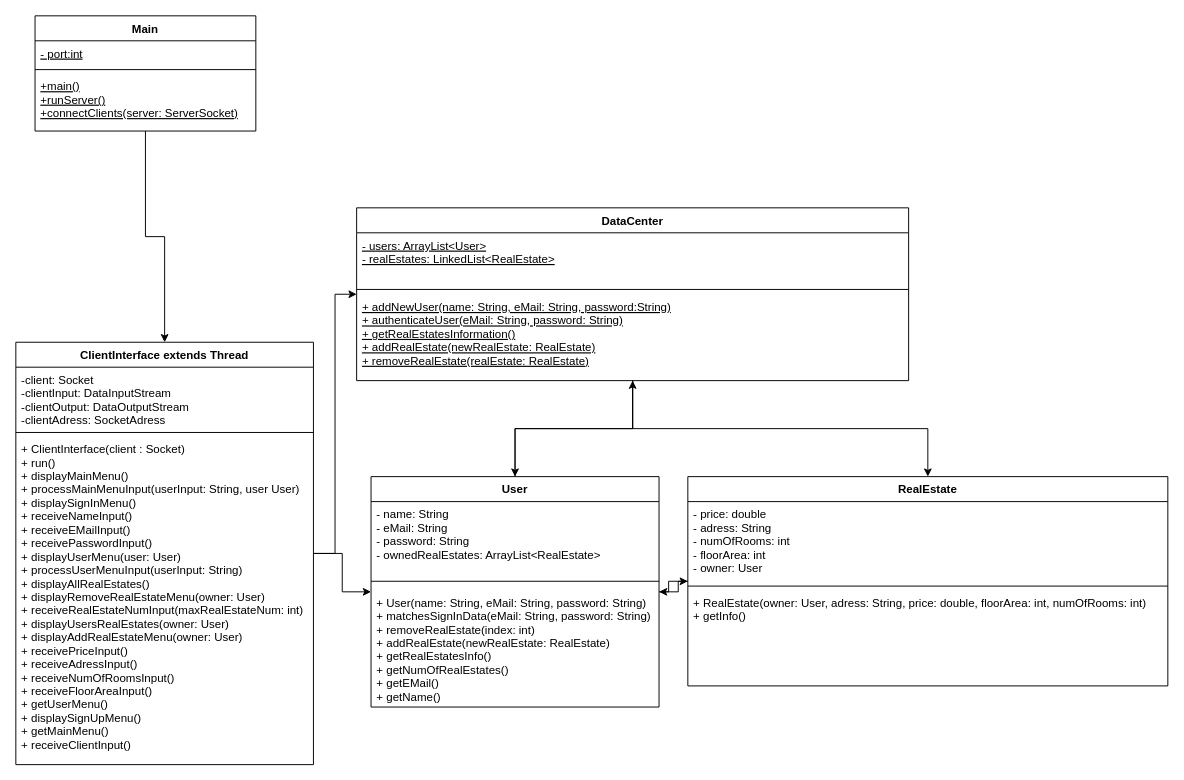
Earlier version of the draw.io diagram KlassendiagrammServer.drawio (FabioKron/Online-Immobilienportal). Source tidied: cells renumbered, new cells numbered last; positions are measured from the earlier drawing's top-left corner, leaving out a move shared by most shapes. Both pictures are drawn from the tidied source at 96%, with x=0, y=0 at pixel (15, 15).
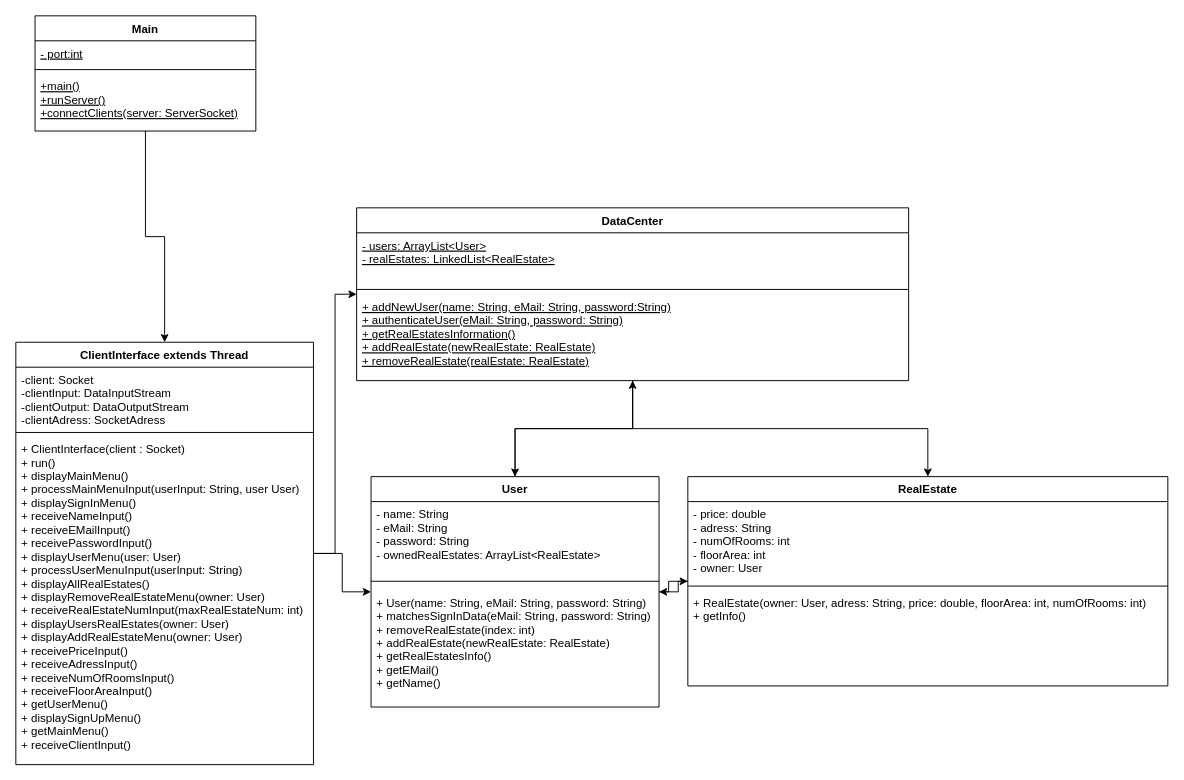
The same page after the edit.

Commit message (it also covers changes not shown here):
Entfernen von getNumOfRealEstates in User da die Methode nicht benötigt wird

Unchanged cells that the change refers to:
```xml
<mxCell id="15" value="User" style="swimlane;fontStyle=1;align=center;verticalAlign=top;horizontal=1;startSize=26;" parent="1" vertex="1">
  <mxGeometry x="370" y="480" width="300" height="240" as="geometry" />
</mxCell>
```

What changed in the source:
```diff
@@
-    <mxCell id="18" value="+ User(name: String, eMail: String, password: String)&#10;+ matchesSignInData(eMail: String, password: String)&#10;+ removeRealEstate(index: int)&#10;+ addRealEstate(newRealEstate: RealEstate)&#10;+ getRealEstatesInfo()&#10;+ getNumOfRealEstates()&#10;+ getEMail()&#10;+ getName()" style="text;strokeColor=none;fillColor=none;align=left;verticalAlign=top;spacingLeft=4;spacingRight=4;overflow=hidden;" parent="15" vertex="1">
+    <mxCell id="18" value="+ User(name: String, eMail: String, password: String)&#10;+ matchesSignInData(eMail: String, password: String)&#10;+ removeRealEstate(index: int)&#10;+ addRealEstate(newRealEstate: RealEstate)&#10;+ getRealEstatesInfo()&#10;+ getEMail()&#10;+ getName()" style="text;strokeColor=none;fillColor=none;align=left;verticalAlign=top;spacingLeft=4;spacingRight=4;overflow=hidden;" parent="15" vertex="1">
       <mxGeometry y="118" width="300" height="122" as="geometry" />
     </mxCell>
```
